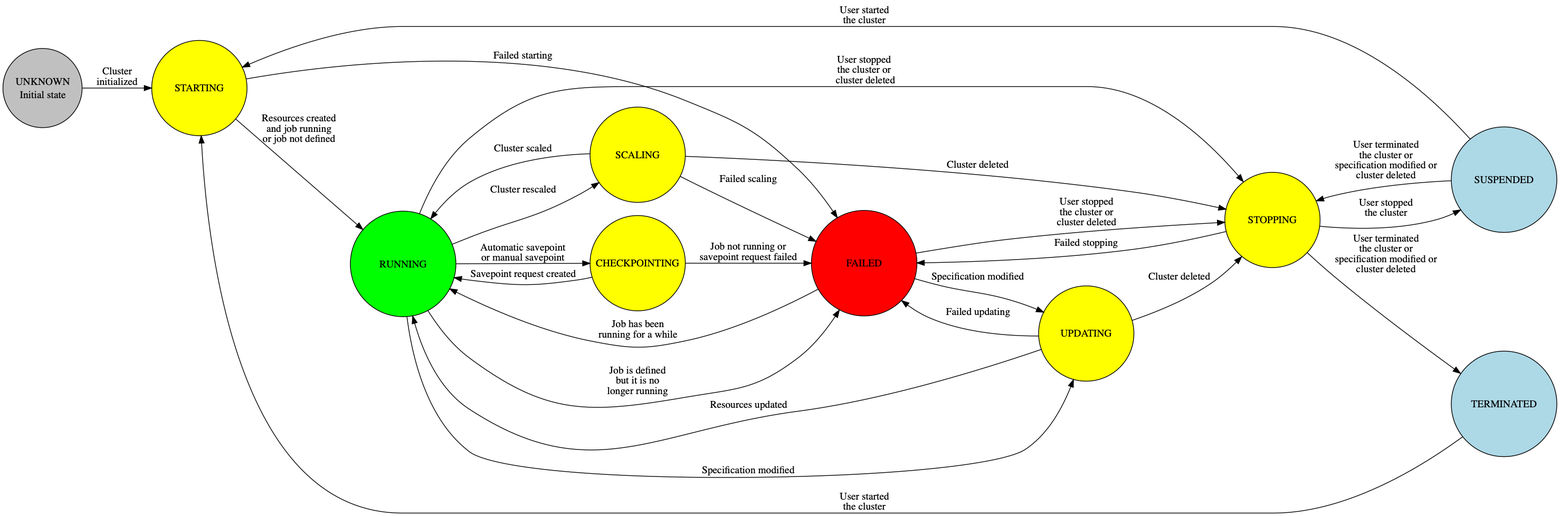
Earlier version of the Graphviz export graphs/flink-cluster.png (nextbreakpoint/flink-k8s-toolbox). Its source is kept beside it as graphs/flink-cluster.dot.
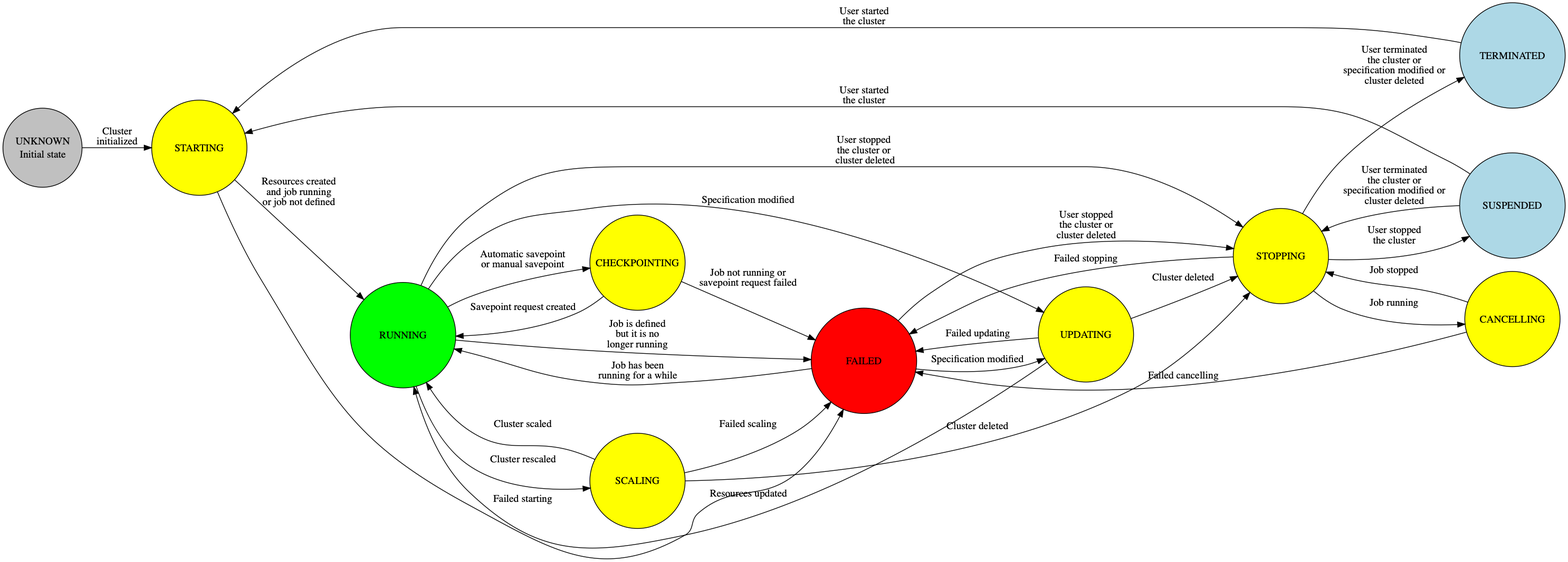
The same file after the commit.

Change to the diagram source:
```diff
@@ -133,6 +133,27 @@
           </TR>
       </TABLE>
   > ];
+  STOPPING -> CANCELLING [ label = <
+      <TABLE ALIGN="LEFT" BORDER="0" CELLBORDER="0" CELLSPACING="0">
+          <TR>
+              <TD>Job running</TD>
+          </TR>
+      </TABLE>
+  > ];
+  CANCELLING -> FAILED [ label = <
+      <TABLE ALIGN="LEFT" BORDER="0" CELLBORDER="0" CELLSPACING="0">
+          <TR>
+              <TD>Failed cancelling</TD>
+          </TR>
+      </TABLE>
+  > ];
+  CANCELLING -> STOPPING [ label = <
+      <TABLE ALIGN="LEFT" BORDER="0" CELLBORDER="0" CELLSPACING="0">
+          <TR>
+              <TD>Job stopped</TD>
+          </TR>
+      </TABLE>
+  > ];
   CHECKPOINTING -> RUNNING [ label = <
       <TABLE ALIGN="LEFT" BORDER="0" CELLBORDER="0" CELLSPACING="0">
           <TR>
@@ -190,6 +211,7 @@
       </TABLE>
   > ];
   CHECKPOINTING [ fillcolor=yellow ];
+  CANCELLING [ fillcolor=yellow ];
   STOPPING [ fillcolor=yellow ];
   STARTING [ fillcolor=yellow ];
   UPDATING [ fillcolor=yellow ];
```
